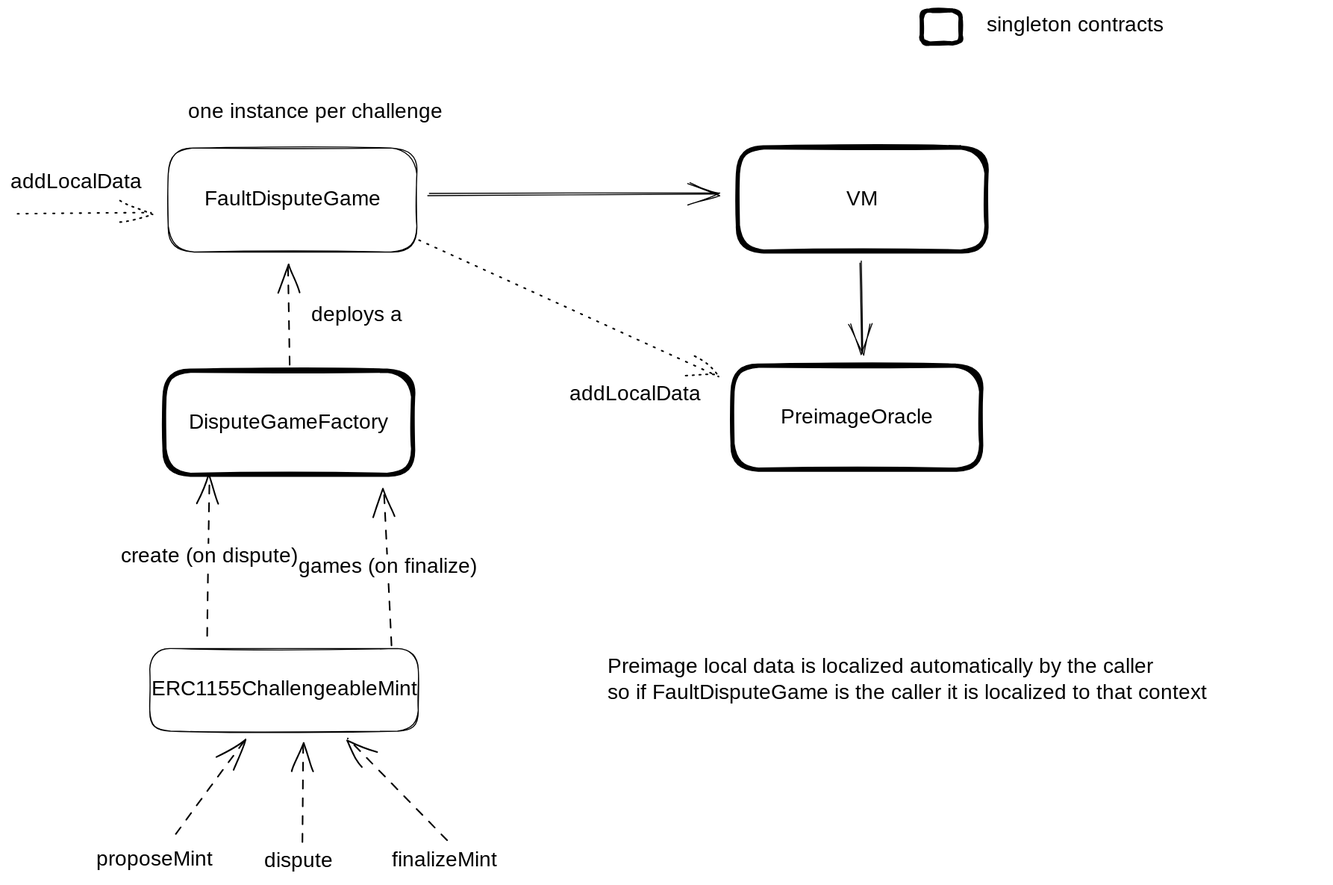
Earlier version of the Excalidraw export docs/contract-architecture.excalidraw.svg (willemolding/ProofBoy). Source tidied: one line per element, renumbered; positions are measured from the earlier drawing's top-left corner, leaving out a move shared by most shapes.
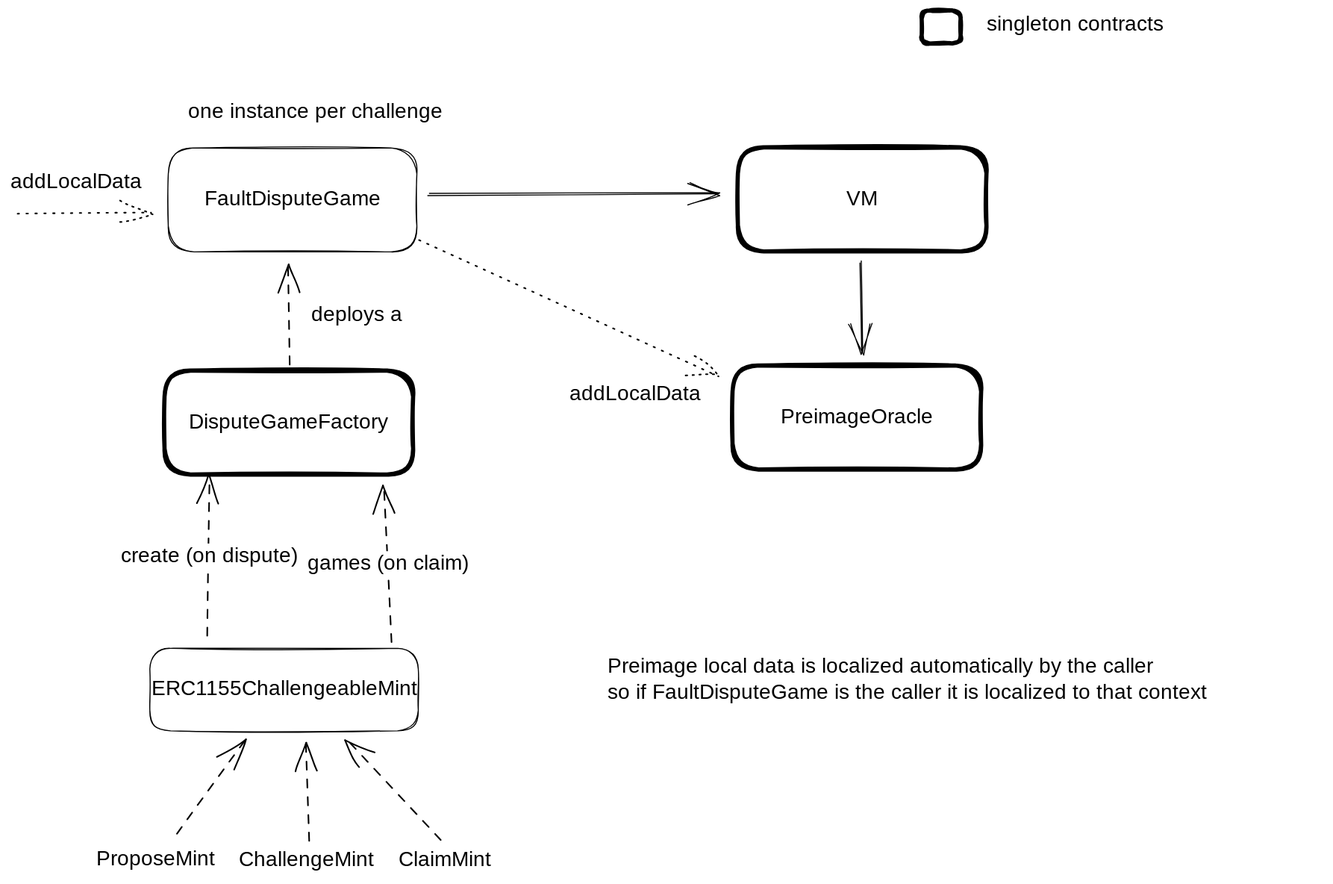
Above is the later version.

What changed in the source:
```diff
@@ -20,13 +20,13 @@
 {"id": 19, "type": "text", "text": "Preimage local data is localized automatically by the caller\nso if FaultDisputeGame is the caller it is localized to that context", "strokeColor": "#000000", "strokeWidth": 1, "strokeStyle": "dotted", "roughness": 1, "fontSize": 20, "fontFamily": 1, "x": 571, "y": 616, "width": 684, "height": 50}
 {"id": 20, "type": "rectangle", "strokeColor": "#000000", "strokeWidth": 1, "roughness": 1, "round": true, "x": 133, "y": 610, "width": 257, "height": 79}
 {"id": 21, "type": "text", "text": "ERC1155ChallengeableMint", "strokeColor": "#000000", "strokeWidth": 1, "roughness": 1, "fontSize": 20, "fontFamily": 1, "textAlign": "center", "verticalAlign": "middle", "inside": 20, "x": 140, "y": 637, "width": 243, "height": 25}
-{"id": 22, "type": "arrow", "strokeColor": "#000000", "strokeWidth": 1, "strokeStyle": "dashed", "roughness": 1, "endArrowhead": "arrow", "round": true, "from": 23, "to": 20, "x": 159, "y": 789, "width": 65, "height": 89, "points": [[0, 0], [65, -89]]}
+{"id": 22, "type": "arrow", "strokeColor": "#000000", "strokeWidth": 1, "strokeStyle": "dashed", "roughness": 1, "endArrowhead": "arrow", "round": true, "from": 23, "to": 20, "x": 160, "y": 789, "width": 64, "height": 89, "points": [[0, 0], [64, -89]]}
-{"id": 23, "type": "text", "text": "proposeMint", "strokeColor": "#000000", "strokeWidth": 1, "strokeStyle": "dashed", "roughness": 1, "fontSize": 20, "fontFamily": 1, "x": 82, "y": 800, "width": 113, "height": 25}
+{"id": 23, "type": "text", "text": "ProposeMint", "strokeColor": "#000000", "strokeWidth": 1, "strokeStyle": "dashed", "roughness": 1, "fontSize": 20, "fontFamily": 1, "x": 82, "y": 800, "width": 116, "height": 25}
-{"id": 24, "type": "text", "text": "dispute", "strokeColor": "#000000", "strokeWidth": 1, "strokeStyle": "dashed", "roughness": 1, "fontSize": 20, "fontFamily": 1, "x": 242, "y": 802, "width": 70, "height": 25}
+{"id": 24, "type": "text", "text": "ChallengeMint", "strokeColor": "#000000", "strokeWidth": 1, "strokeStyle": "dashed", "roughness": 1, "fontSize": 20, "fontFamily": 1, "x": 218, "y": 801, "width": 128, "height": 25}
-{"id": 25, "type": "text", "text": "finalizeMint", "strokeColor": "#000000", "strokeWidth": 1, "strokeStyle": "dashed", "roughness": 1, "fontSize": 20, "fontFamily": 1, "x": 365, "y": 801, "width": 109, "height": 25}
+{"id": 25, "type": "text", "text": "ClaimMint", "strokeColor": "#000000", "strokeWidth": 1, "strokeStyle": "dashed", "roughness": 1, "fontSize": 20, "fontFamily": 1, "x": 371, "y": 801, "width": 89, "height": 25}
-{"id": 26, "type": "arrow", "strokeColor": "#000000", "strokeWidth": 1, "strokeStyle": "dashed", "roughness": 1, "endArrowhead": "arrow", "round": true, "from": 24, "to": 20, "x": 280, "y": 796, "width": 0, "height": 95, "points": [[0, 0], [0, -95]]}
+{"id": 26, "type": "arrow", "strokeColor": "#000000", "strokeWidth": 1, "strokeStyle": "dashed", "roughness": 1, "endArrowhead": "arrow", "round": true, "from": 24, "to": 20, "x": 287, "y": 795, "width": 4, "height": 95, "points": [[0, 0], [-4, -95]]}
-{"id": 27, "type": "arrow", "strokeColor": "#000000", "strokeWidth": 1, "strokeStyle": "dashed", "roughness": 1, "endArrowhead": "arrow", "round": true, "from": 25, "to": 20, "x": 418, "y": 793, "width": 95, "height": 96, "points": [[0, 0], [-95, -96]]}
+{"id": 27, "type": "arrow", "strokeColor": "#000000", "strokeWidth": 1, "strokeStyle": "dashed", "roughness": 1, "endArrowhead": "arrow", "round": true, "from": 25, "to": 20, "x": 412, "y": 793, "width": 91, "height": 96, "points": [[0, 0], [-91, -96]]}
 {"id": 28, "type": "arrow", "strokeColor": "#000000", "strokeWidth": 1, "strokeStyle": "dashed", "roughness": 1, "endArrowhead": "arrow", "round": true, "from": 20, "to": 0, "x": 189, "y": 599, "width": 3, "height": 153, "points": [[0, 0], [3, -153]]}
 {"id": 29, "type": "text", "text": "create (on dispute)", "strokeColor": "#000000", "strokeWidth": 1, "strokeStyle": "dashed", "roughness": 1, "fontSize": 20, "fontFamily": 1, "textAlign": "center", "verticalAlign": "middle", "inside": 28, "x": 98, "y": 510, "width": 191, "height": 25}
-{"id": 30, "type": "arrow", "strokeColor": "#000000", "strokeWidth": 1, "strokeStyle": "dashed", "roughness": 1, "endArrowhead": "arrow", "round": true, "from": 20, "to": 0, "x": 365, "y": 608, "width": 7, "height": 150, "points": [[0, 0], [-7, -150]]}
+{"id": 30, "type": "arrow", "strokeColor": "#000000", "strokeWidth": 1, "strokeStyle": "dashed", "roughness": 1, "endArrowhead": "arrow", "round": true, "from": 20, "to": 0, "x": 365, "y": 605, "width": 7, "height": 150, "points": [[0, 0], [-7, -150]]}
-{"id": 31, "type": "text", "text": "games (on finalize)", "strokeColor": "#000000", "strokeWidth": 1, "strokeStyle": "dashed", "roughness": 1, "fontSize": 20, "fontFamily": 1, "textAlign": "center", "verticalAlign": "middle", "inside": 30, "x": 262, "y": 520, "width": 182, "height": 25}
+{"id": 31, "type": "text", "text": "games (on claim)", "strokeColor": "#000000", "strokeWidth": 1, "strokeStyle": "dashed", "roughness": 1, "fontSize": 20, "fontFamily": 1, "textAlign": "center", "verticalAlign": "middle", "inside": 30, "x": 282, "y": 518, "width": 159, "height": 25}
```
